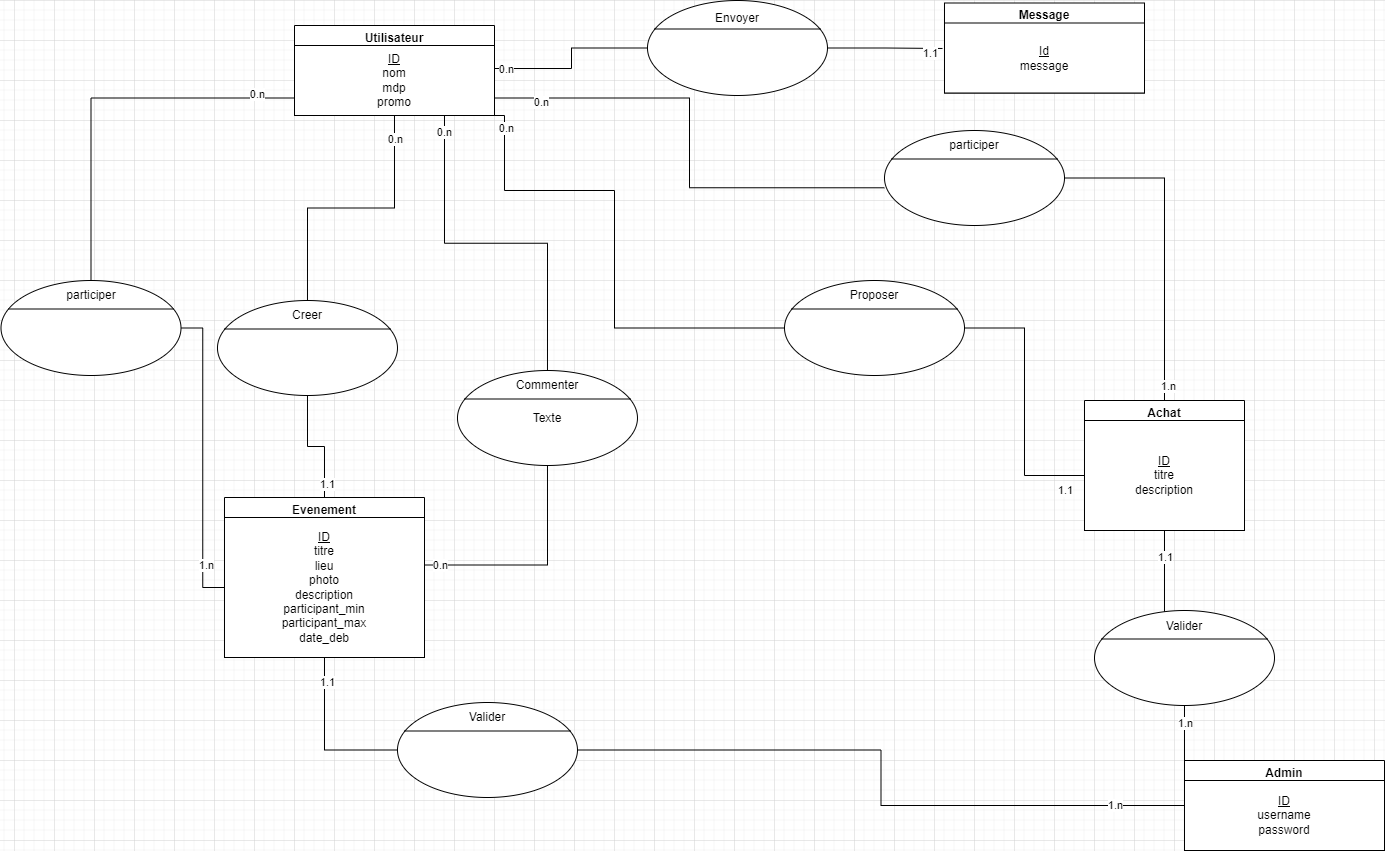
This is Rendu/MCD web.png from DUT-Info-Montreuil/Site-association, a draw.io export, as it was before one commit. Source tidied: cells renumbered, new cells last; positions are measured from the earlier drawing's top-left corner, leaving out a move shared by most shapes.
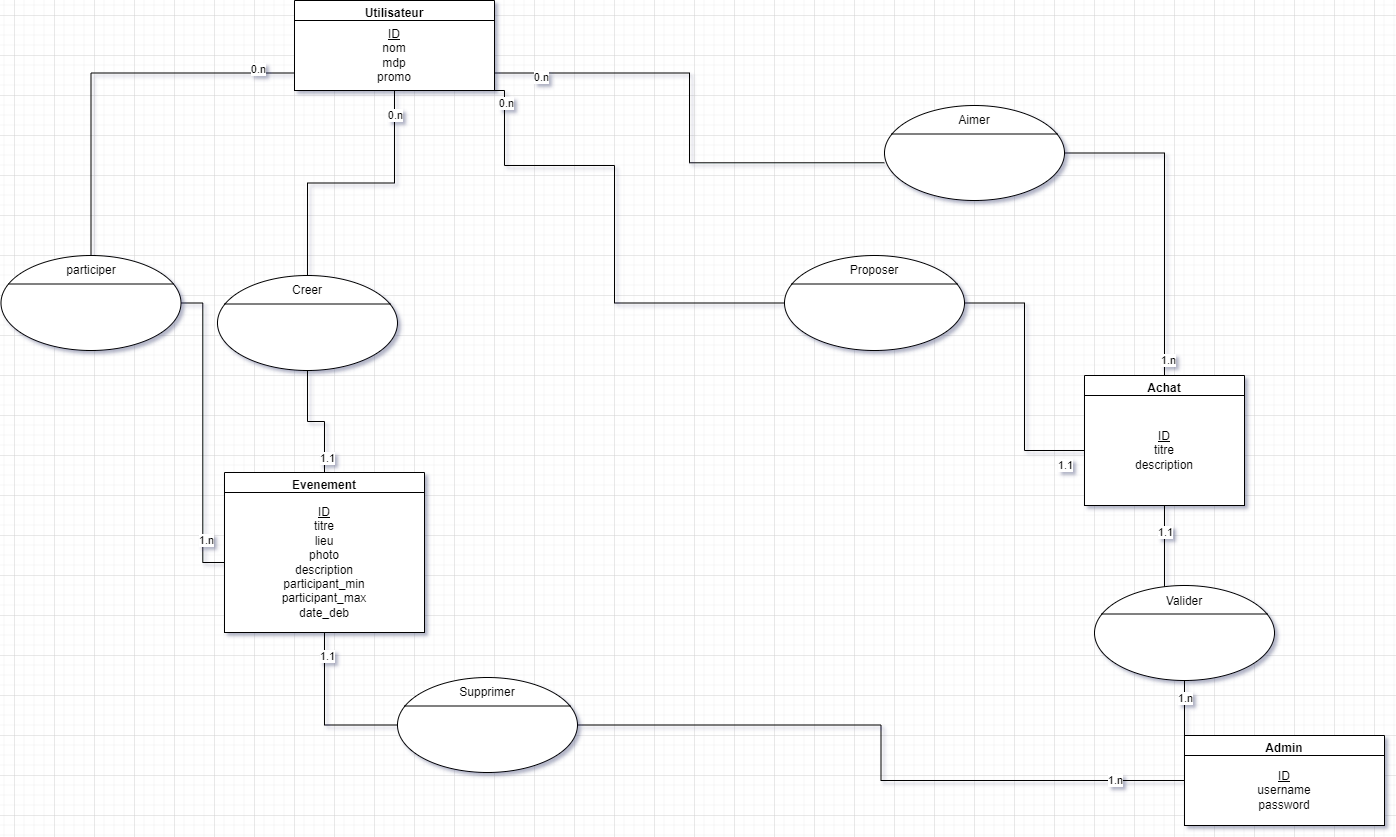
The same diagram one commit later.

Commit message:
Mise a jour du rendu

Diff of the diagram source:
```diff
@@ -2,36 +2,6 @@
   <root>
     <mxCell id="0" />
     <mxCell id="1" parent="0" />
-    <mxCell id="2" style="edgeStyle=orthogonalEdgeStyle;rounded=0;jettySize=auto;html=1;exitX=1;exitY=0.5;exitDx=0;exitDy=0;entryX=-0.01;entryY=0.364;entryDx=0;entryDy=0;endArrow=none;endFill=0;entryPerimeter=0;" parent="1" edge="1" source="4" target="24">
-      <mxGeometry relative="1" as="geometry" />
-    </mxCell>
-    <mxCell id="3" value="1.1" style="edgeLabel;html=1;align=center;verticalAlign=middle;" parent="2" vertex="1">
-      <mxGeometry x="0.76" y="-3" relative="1" as="geometry">
-        <mxPoint y="1" as="offset" />
-      </mxGeometry>
-    </mxCell>
-    <mxCell id="4" style="ellipse;whiteSpace=wrap;html=1;" parent="1" vertex="1">
-      <mxGeometry x="647" width="180" height="95" as="geometry" />
-    </mxCell>
-    <mxCell id="5" style="endArrow=none;html=1;rounded=0;exitX=0.039;exitY=0.3;exitDx=0;exitDy=0;exitPerimeter=0;entryX=0.961;entryY=0.3;entryDx=0;entryDy=0;entryPerimeter=0;" parent="1" edge="1" source="4" target="4">
-      <mxGeometry relative="1" as="geometry" />
-    </mxCell>
-    <mxCell id="6" value="Envoyer" style="text;html=1;strokeColor=none;fillColor=none;align=center;verticalAlign=middle;whiteSpace=wrap;rounded=0;" parent="1" vertex="1">
-      <mxGeometry x="707" y="2.5" width="60" height="30" as="geometry" />
-    </mxCell>
-    <mxCell id="7" style="edgeStyle=orthogonalEdgeStyle;rounded=0;jettySize=auto;html=1;exitX=1;exitY=0.4;exitDx=0;exitDy=0;entryX=0;entryY=0.5;entryDx=0;entryDy=0;endArrow=none;endFill=0;exitPerimeter=0;" parent="1" edge="1" source="15" target="4">
-      <mxGeometry relative="1" as="geometry">
-        <Array as="points">
-          <mxPoint x="494" y="68" />
-          <mxPoint x="571" y="68" />
-        </Array>
-      </mxGeometry>
-    </mxCell>
-    <mxCell id="8" value="0.n" style="edgeLabel;html=1;align=center;verticalAlign=middle;" parent="7" vertex="1">
-      <mxGeometry x="-0.82" y="1" relative="1" as="geometry">
-        <mxPoint y="1" as="offset" />
-      </mxGeometry>
-    </mxCell>
     <mxCell id="9" style="edgeStyle=orthogonalEdgeStyle;rounded=0;jettySize=auto;html=1;exitX=0;exitY=0.75;exitDx=0;exitDy=0;entryX=0.5;entryY=0;entryDx=0;entryDy=0;endArrow=none;endFill=0;" parent="1" edge="1" source="15" target="33">
       <mxGeometry relative="1" as="geometry" />
     </mxCell>
@@ -43,12 +13,6 @@
     <mxCell id="11" value="0.n" style="edgeLabel;html=1;align=center;verticalAlign=middle;" parent="9" vertex="1">
       <mxGeometry x="-0.81" y="-4" relative="1" as="geometry" />
     </mxCell>
-    <mxCell id="12" style="edgeStyle=orthogonalEdgeStyle;rounded=0;jettySize=auto;html=1;exitX=0.75;exitY=1;exitDx=0;exitDy=0;entryX=0.5;entryY=0;entryDx=0;entryDy=0;endArrow=none;endFill=0;" parent="1" edge="1" source="14" target="67">
-      <mxGeometry relative="1" as="geometry" />
-    </mxCell>
-    <mxCell id="13" value="0.n" style="edgeLabel;html=1;align=center;verticalAlign=middle;" parent="12" vertex="1">
-      <mxGeometry x="-0.91" y="-1" relative="1" as="geometry" />
-    </mxCell>
     <mxCell id="14" value="Utilisateur" style="swimlane;startSize=23;" parent="1" vertex="1">
       <mxGeometry x="294" y="25" width="200" height="90" as="geometry" />
     </mxCell>
@@ -73,15 +37,9 @@
     <mxCell id="21" value="Evenement" style="swimlane;" parent="1" vertex="1">
       <mxGeometry x="224" y="497" width="200" height="90" as="geometry" />
     </mxCell>
-    <mxCell id="22" value="Message" style="swimlane;" parent="1" vertex="1">
-      <mxGeometry x="944" y="2.5" width="200" height="90" as="geometry" />
-    </mxCell>
     <mxCell id="23" value="&lt;u&gt;ID&lt;br&gt;&lt;/u&gt;titre&lt;br&gt;&lt;div&gt;lieu&lt;/div&gt;&lt;div&gt;photo&lt;br&gt;&lt;/div&gt;&lt;div&gt;description&lt;br&gt;&lt;/div&gt;participant_min&lt;br&gt;participant_max&lt;br&gt;date_deb" style="whiteSpace=wrap;html=1;align=center;" parent="1" vertex="1">
       <mxGeometry x="224" y="517" width="200" height="140" as="geometry" />
     </mxCell>
-    <mxCell id="24" value="&lt;u&gt;Id&lt;/u&gt;&lt;br&gt;message" style="whiteSpace=wrap;html=1;align=center;" parent="1" vertex="1">
-      <mxGeometry x="944" y="22.5" width="200" height="70" as="geometry" />
-    </mxCell>
     <mxCell id="25" value="Achat" style="swimlane;" parent="1" vertex="1">
       <mxGeometry x="1084" y="400" width="160" height="130" as="geometry" />
     </mxCell>
@@ -149,7 +107,7 @@
     <mxCell id="45" style="endArrow=none;html=1;rounded=0;exitX=0.039;exitY=0.3;exitDx=0;exitDy=0;exitPerimeter=0;entryX=0.961;entryY=0.3;entryDx=0;entryDy=0;entryPerimeter=0;" parent="1" edge="1" source="44" target="44">
       <mxGeometry relative="1" as="geometry" />
     </mxCell>
-    <mxCell id="46" value="Valider" style="text;html=1;strokeColor=none;fillColor=none;align=center;verticalAlign=middle;whiteSpace=wrap;rounded=0;" parent="1" vertex="1">
+    <mxCell id="46" value="Supprimer" style="text;html=1;strokeColor=none;fillColor=none;align=center;verticalAlign=middle;whiteSpace=wrap;rounded=0;" parent="1" vertex="1">
       <mxGeometry x="457" y="702" width="60" height="30" as="geometry" />
     </mxCell>
     <mxCell id="47" style="ellipse;whiteSpace=wrap;html=1;" parent="1" vertex="1">
@@ -182,7 +140,7 @@
     <mxCell id="56" value="0.n" style="edgeLabel;html=1;align=center;verticalAlign=middle;" parent="55" vertex="1">
       <mxGeometry x="-0.81" y="-4" relative="1" as="geometry" />
     </mxCell>
-    <mxCell id="57" value="participer" style="text;html=1;strokeColor=none;fillColor=none;align=center;verticalAlign=middle;whiteSpace=wrap;rounded=0;" parent="1" vertex="1">
+    <mxCell id="57" value="Aimer" style="text;html=1;strokeColor=none;fillColor=none;align=center;verticalAlign=middle;whiteSpace=wrap;rounded=0;" parent="1" vertex="1">
       <mxGeometry x="944" y="130" width="60" height="30" as="geometry" />
     </mxCell>
     <mxCell id="58" style="edgeStyle=orthogonalEdgeStyle;rounded=0;jettySize=auto;html=1;exitX=1;exitY=0.5;exitDx=0;exitDy=0;entryX=0;entryY=0.5;entryDx=0;entryDy=0;endArrow=none;endFill=0;" parent="1" edge="1" source="50" target="26">
@@ -207,20 +165,5 @@
     <mxCell id="62" value="0.n" style="edgeLabel;html=1;align=center;verticalAlign=middle;" parent="61" vertex="1">
       <mxGeometry x="-0.82" relative="1" as="geometry" />
     </mxCell>
-    <mxCell id="63" style="edgeStyle=orthogonalEdgeStyle;rounded=0;jettySize=auto;html=1;exitX=0.5;exitY=1;exitDx=0;exitDy=0;entryX=1;entryY=0.75;entryDx=0;entryDy=0;endArrow=none;endFill=0;" parent="1" edge="1" source="65" target="21">
-      <mxGeometry relative="1" as="geometry" />
-    </mxCell>
-    <mxCell id="64" value="0.n" style="edgeLabel;html=1;align=center;verticalAlign=middle;" parent="63" vertex="1">
-      <mxGeometry x="0.86" relative="1" as="geometry" />
-    </mxCell>
-    <mxCell id="65" value="Texte" style="ellipse;whiteSpace=wrap;html=1;" parent="1" vertex="1">
-      <mxGeometry x="457" y="370" width="180" height="95" as="geometry" />
-    </mxCell>
-    <mxCell id="66" style="endArrow=none;html=1;rounded=0;exitX=0.039;exitY=0.3;exitDx=0;exitDy=0;exitPerimeter=0;entryX=0.961;entryY=0.3;entryDx=0;entryDy=0;entryPerimeter=0;" parent="1" edge="1" source="65" target="65">
-      <mxGeometry relative="1" as="geometry" />
-    </mxCell>
-    <mxCell id="67" value="Commenter" style="text;html=1;strokeColor=none;fillColor=none;align=center;verticalAlign=middle;whiteSpace=wrap;rounded=0;" parent="1" vertex="1">
-      <mxGeometry x="517" y="370.5" width="60" height="30" as="geometry" />
-    </mxCell>
   </root>
 </mxGraphModel>
```
